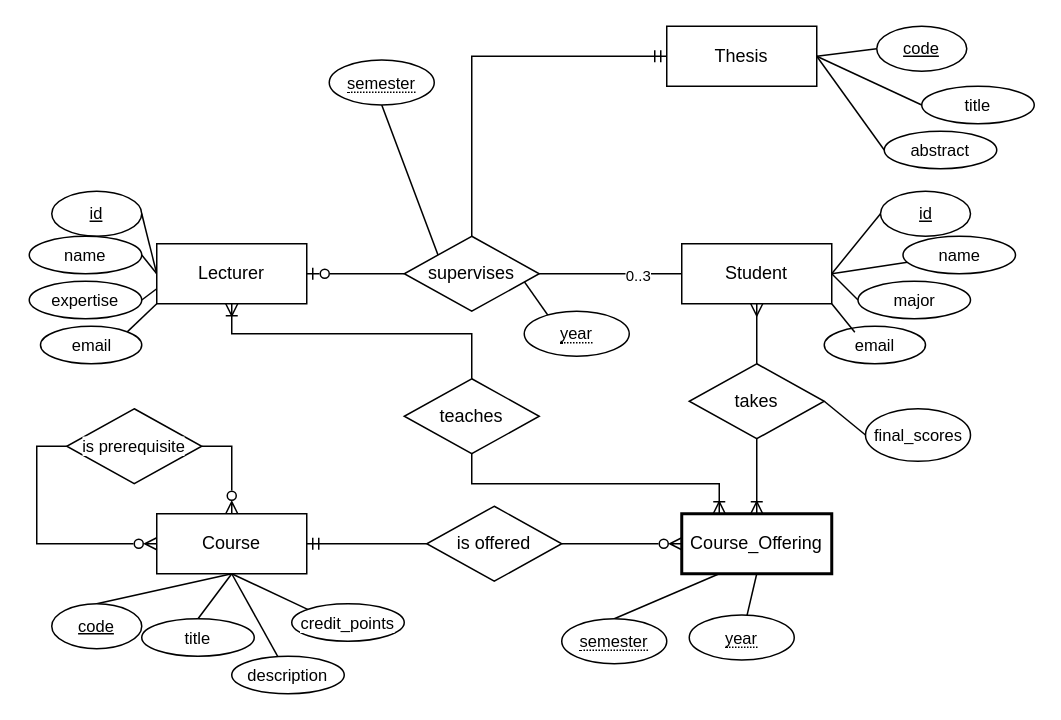
tuanrmit/ISYS3414 keeps this draw.io diagram as ERD/A3-Quiz2-ERD1.drawio. Above is the earlier version. Source tidied: cells renumbered, new cells numbered last; positions are measured from the earlier drawing's top-left corner, leaving out a move shared by most shapes. Both pictures are drawn from the tidied source at 150%, with x=0, y=0 at pixel (28, 26).
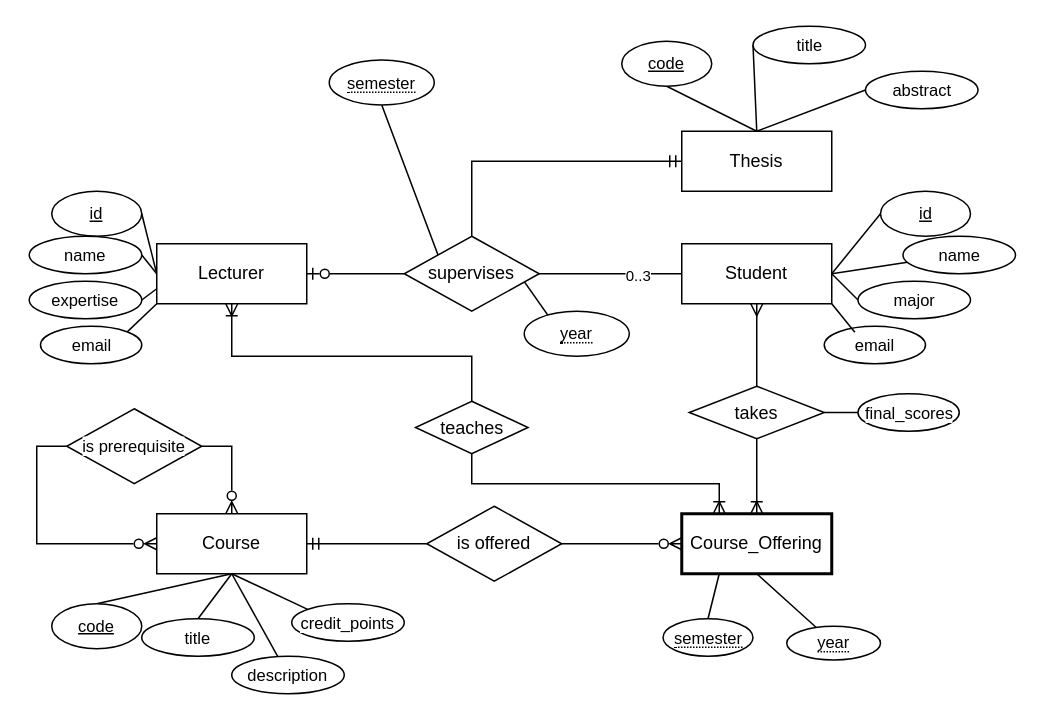
After the change.

Unchanged cells that the change refers to:
```xml
<mxCell id="8" value="Lecturer" style="whiteSpace=wrap;html=1;align=center;" parent="1" vertex="1">
  <mxGeometry x="85" y="145" width="100" height="40" as="geometry" />
</mxCell>
```

The edit, as a diff of the source:
```diff
@@
     <mxCell id="2" style="edgeStyle=orthogonalEdgeStyle;shape=connector;rounded=0;jettySize=auto;html=1;exitX=0.5;exitY=1;exitDx=0;exitDy=0;entryX=0.5;entryY=0;entryDx=0;entryDy=0;strokeColor=default;align=center;verticalAlign=middle;fontFamily=Helvetica;fontSize=11;fontColor=default;labelBackgroundColor=default;endArrow=none;endFill=0;startArrow=ERoneToMany;startFill=0;" parent="1" edge="1" source="8" target="27">
       <mxGeometry relative="1" as="geometry">
         <Array as="points">
-          <mxPoint x="135" y="205" />
-          <mxPoint x="295" y="205" />
+          <mxPoint x="135" y="220" />
+          <mxPoint x="295" y="220" />
         </Array>
       </mxGeometry>
     </mxCell>
@@
     <mxCell id="27" value="teaches" style="shape=rhombus;perimeter=rhombusPerimeter;whiteSpace=wrap;html=1;align=center;" parent="1" vertex="1">
-      <mxGeometry x="250" y="235" width="90" height="50" as="geometry" />
+      <mxGeometry x="257.5" y="250" width="75" height="35" as="geometry" />
     </mxCell>
@@
     <mxCell id="30" value="takes" style="shape=rhombus;perimeter=rhombusPerimeter;whiteSpace=wrap;html=1;align=center;" parent="1" vertex="1">
-      <mxGeometry x="440" y="225" width="90" height="50" as="geometry" />
+      <mxGeometry x="440" y="240" width="90" height="35" as="geometry" />
     </mxCell>
@@
     <mxCell id="35" value="&lt;span style=&quot;border-bottom: 1px dotted&quot;&gt;semester&lt;/span&gt;" style="ellipse;whiteSpace=wrap;html=1;align=center;fontFamily=Helvetica;fontSize=11;fontColor=default;labelBackgroundColor=default;" parent="1" vertex="1">
-      <mxGeometry x="355" y="395" width="70" height="30" as="geometry" />
+      <mxGeometry x="422.5" y="395" width="60" height="25" as="geometry" />
     </mxCell>
     <mxCell id="36" value="&lt;span style=&quot;border-bottom: 1px dotted&quot;&gt;year&lt;/span&gt;" style="ellipse;whiteSpace=wrap;html=1;align=center;fontFamily=Helvetica;fontSize=11;fontColor=default;labelBackgroundColor=default;" parent="1" vertex="1">
-      <mxGeometry x="440" y="392.5" width="70" height="30" as="geometry" />
+      <mxGeometry x="505" y="400" width="62.5" height="22.5" as="geometry" />
     </mxCell>
     <mxCell id="37" value="final_scores" style="ellipse;whiteSpace=wrap;html=1;align=center;fontFamily=Helvetica;fontSize=11;fontColor=default;labelBackgroundColor=default;" parent="1" vertex="1">
-      <mxGeometry x="557.5" y="255" width="70" height="35" as="geometry" />
+      <mxGeometry x="552.5" y="245" width="67.5" height="25" as="geometry" />
     </mxCell>
@@
-    <mxCell id="48" style="edgeStyle=none;shape=connector;rounded=0;jettySize=auto;html=1;exitX=1;exitY=0.5;exitDx=0;exitDy=0;strokeColor=default;align=center;verticalAlign=middle;fontFamily=Helvetica;fontSize=11;fontColor=default;labelBackgroundColor=default;endArrow=none;endFill=0;entryX=0;entryY=0.5;entryDx=0;entryDy=0;" parent="1" edge="1" source="50" target="51">
+    <mxCell id="48" style="edgeStyle=none;shape=connector;rounded=0;jettySize=auto;html=1;exitX=0.5;exitY=0;exitDx=0;exitDy=0;strokeColor=default;align=center;verticalAlign=middle;fontFamily=Helvetica;fontSize=11;fontColor=default;labelBackgroundColor=default;endArrow=none;endFill=0;entryX=0;entryY=0.5;entryDx=0;entryDy=0;" parent="1" edge="1" source="50" target="51">
       <mxGeometry relative="1" as="geometry" />
     </mxCell>
-    <mxCell id="49" style="edgeStyle=none;shape=connector;rounded=0;jettySize=auto;html=1;exitX=1;exitY=0.5;exitDx=0;exitDy=0;entryX=0;entryY=0.5;entryDx=0;entryDy=0;strokeColor=default;align=center;verticalAlign=middle;fontFamily=Helvetica;fontSize=11;fontColor=default;labelBackgroundColor=default;endArrow=none;endFill=0;" parent="1" edge="1" source="50" target="54">
+    <mxCell id="49" style="edgeStyle=none;shape=connector;rounded=0;jettySize=auto;html=1;exitX=0.5;exitY=0;exitDx=0;exitDy=0;entryX=0;entryY=0.5;entryDx=0;entryDy=0;strokeColor=default;align=center;verticalAlign=middle;fontFamily=Helvetica;fontSize=11;fontColor=default;labelBackgroundColor=default;endArrow=none;endFill=0;" parent="1" edge="1" source="50" target="54">
       <mxGeometry relative="1" as="geometry" />
     </mxCell>
     <mxCell id="50" value="Thesis" style="whiteSpace=wrap;html=1;align=center;" parent="1" vertex="1">
-      <mxGeometry x="425" width="100" height="40" as="geometry" />
+      <mxGeometry x="435" y="70" width="100" height="40" as="geometry" />
     </mxCell>
     <mxCell id="51" value="code" style="ellipse;whiteSpace=wrap;html=1;align=center;fontStyle=4;fontFamily=Helvetica;fontSize=11;fontColor=default;labelBackgroundColor=default;" parent="1" vertex="1">
-      <mxGeometry x="565" width="60" height="30" as="geometry" />
+      <mxGeometry x="395" y="10" width="60" height="30" as="geometry" />
     </mxCell>
-    <mxCell id="52" style="edgeStyle=none;shape=connector;rounded=0;jettySize=auto;html=1;exitX=0;exitY=0.5;exitDx=0;exitDy=0;entryX=1;entryY=0.5;entryDx=0;entryDy=0;strokeColor=default;align=center;verticalAlign=middle;fontFamily=Helvetica;fontSize=11;fontColor=default;labelBackgroundColor=default;endArrow=none;endFill=0;" parent="1" edge="1" source="53" target="50">
+    <mxCell id="52" style="edgeStyle=none;shape=connector;rounded=0;jettySize=auto;html=1;exitX=0;exitY=0.5;exitDx=0;exitDy=0;entryX=0.5;entryY=0;entryDx=0;entryDy=0;strokeColor=default;align=center;verticalAlign=middle;fontFamily=Helvetica;fontSize=11;fontColor=default;labelBackgroundColor=default;endArrow=none;endFill=0;" parent="1" edge="1" source="53" target="50">
       <mxGeometry relative="1" as="geometry" />
     </mxCell>
     <mxCell id="53" value="title" style="ellipse;whiteSpace=wrap;html=1;align=center;fontFamily=Helvetica;fontSize=11;fontColor=default;labelBackgroundColor=default;" parent="1" vertex="1">
-      <mxGeometry x="595" y="40" width="75" height="25" as="geometry" />
+      <mxGeometry x="482.5" width="75" height="25" as="geometry" />
     </mxCell>
     <mxCell id="54" value="abstract" style="ellipse;whiteSpace=wrap;html=1;align=center;fontFamily=Helvetica;fontSize=11;fontColor=default;labelBackgroundColor=default;" parent="1" vertex="1">
-      <mxGeometry x="570" y="70" width="75" height="25" as="geometry" />
+      <mxGeometry x="557.5" y="30" width="75" height="25" as="geometry" />
     </mxCell>
```
